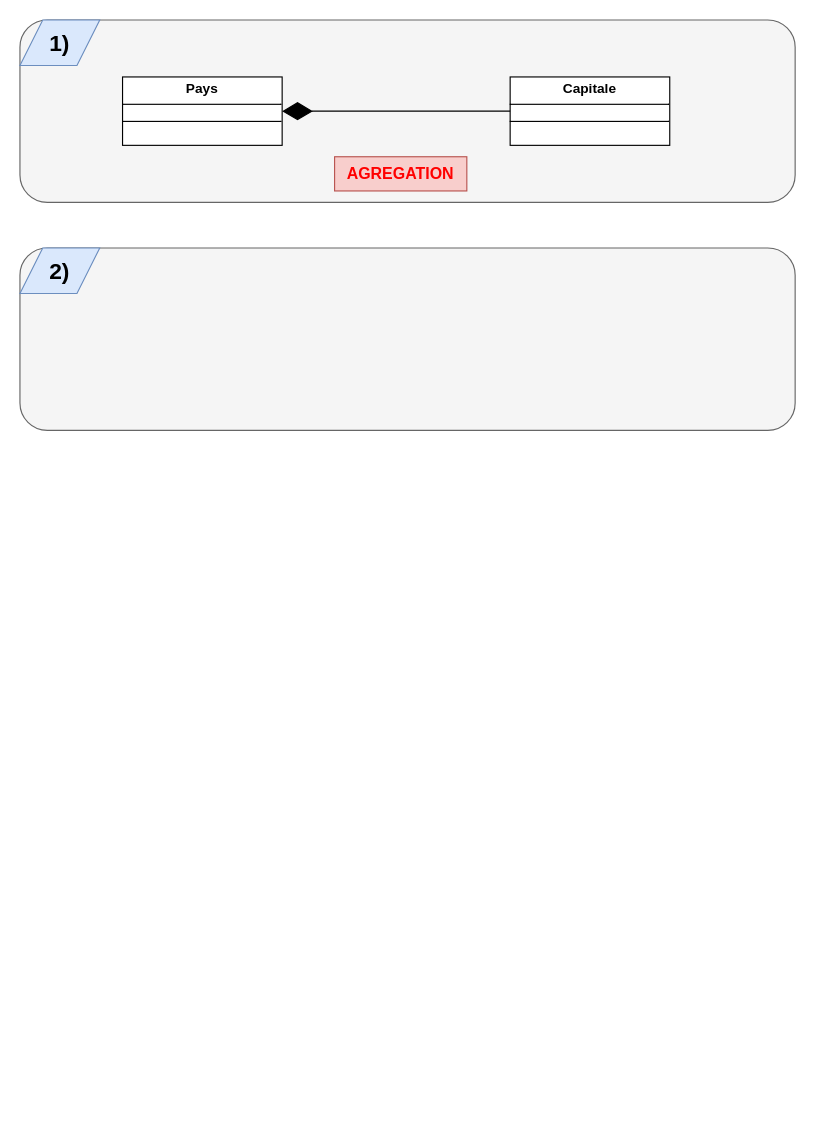
Before: TP2/TP_2_UML_Exercice_3.drawio in Mzk-Ali/EXO_M2I_UML, a draw.io diagram. Source tidied: cells renumbered, new cells numbered last; positions are measured from the earlier drawing's top-left corner, leaving out a move shared by most shapes. Both pictures are drawn from the tidied source at 114%, with x=0, y=0 at pixel (19, 19).
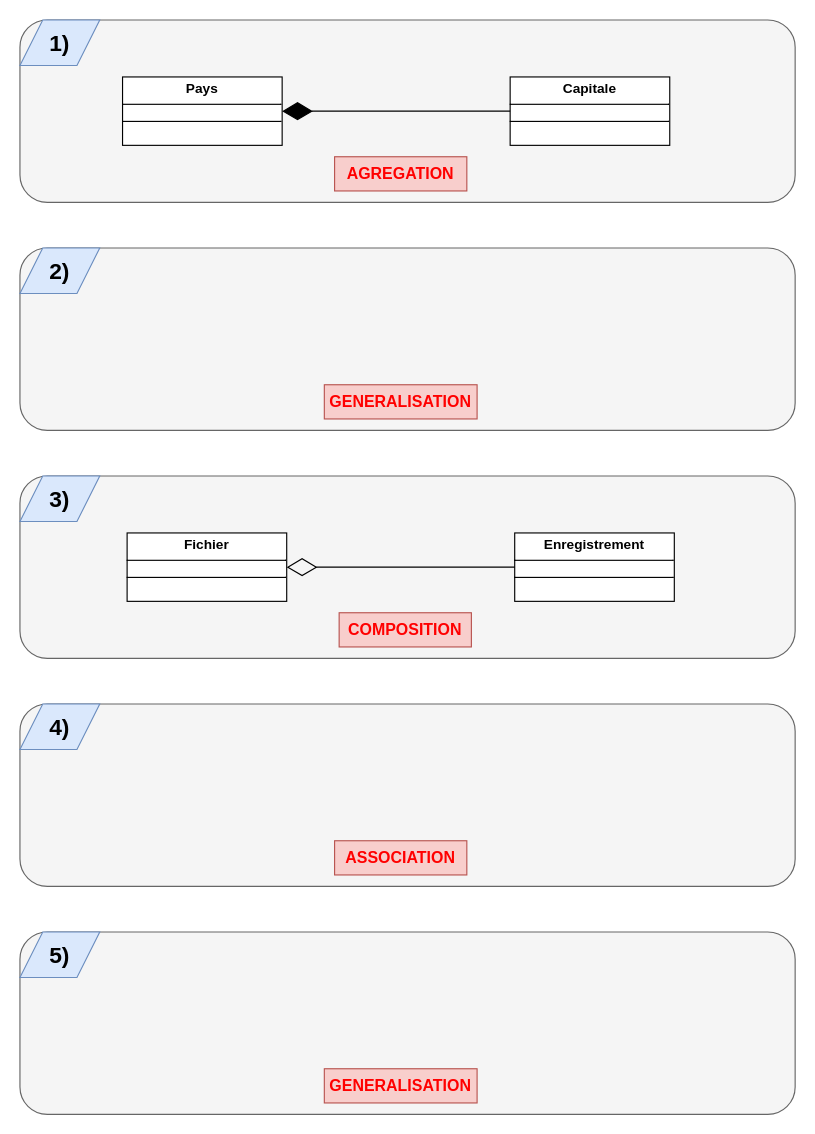
The same diagram, later.

Commit message (it also covers changes not shown here):
Mettre à jour TP_2_UML_Exercice_3.drawio

The edit, as a diff of the source:
```diff
@@
+    <mxCell id="10" style="rounded=1;whiteSpace=wrap;html=1;fillColor=#f5f5f5;fontColor=#333333;strokeColor=#666666;" parent="1" vertex="1">
+      <mxGeometry y="400" width="680" height="160" as="geometry" />
+    </mxCell>
@@
+    <mxCell id="11" value="&lt;p style=&quot;margin:0px;margin-top:4px;text-align:center;&quot;&gt;&lt;b&gt;Fichier&lt;/b&gt;&lt;/p&gt;&lt;hr size=&quot;1&quot; style=&quot;border-style:solid;&quot;&gt;&lt;div style=&quot;height:2px;&quot;&gt;&lt;/div&gt;&lt;hr size=&quot;1&quot; style=&quot;border-style:solid;&quot;&gt;&lt;div style=&quot;height:2px;&quot;&gt;&lt;/div&gt;" style="verticalAlign=top;align=left;overflow=fill;html=1;whiteSpace=wrap;" parent="1" vertex="1">
+      <mxGeometry x="94" y="450" width="140" height="60" as="geometry" />
+    </mxCell>
+    <mxCell id="12" value="&lt;p style=&quot;margin:0px;margin-top:4px;text-align:center;&quot;&gt;&lt;b&gt;Enregistrement&lt;/b&gt;&lt;/p&gt;&lt;hr size=&quot;1&quot; style=&quot;border-style:solid;&quot;&gt;&lt;div style=&quot;height:2px;&quot;&gt;&lt;/div&gt;&lt;hr size=&quot;1&quot; style=&quot;border-style:solid;&quot;&gt;&lt;div style=&quot;height:2px;&quot;&gt;&lt;/div&gt;" style="verticalAlign=top;align=left;overflow=fill;html=1;whiteSpace=wrap;" parent="1" vertex="1">
+      <mxGeometry x="434" y="450" width="140" height="60" as="geometry" />
+    </mxCell>
+    <mxCell id="13" style="endArrow=diamondThin;endFill=0;endSize=24;html=1;rounded=0;entryX=1;entryY=0.5;entryDx=0;entryDy=0;exitX=0;exitY=0.5;exitDx=0;exitDy=0;" parent="1" edge="1" source="12" target="11">
+      <mxGeometry relative="1" as="geometry" />
+    </mxCell>
+    <mxCell id="14" value="&lt;b&gt;&lt;font style=&quot;color: light-dark(rgb(255, 0, 0), rgb(237, 237, 237)); font-size: 14px;&quot;&gt;COMPOSITION&lt;/font&gt;&lt;/b&gt;" style="text;html=1;align=center;verticalAlign=middle;whiteSpace=wrap;rounded=0;fillColor=#f8cecc;strokeColor=#b85450;" parent="1" vertex="1">
+      <mxGeometry x="280" y="520" width="116" height="30" as="geometry" />
+    </mxCell>
+    <mxCell id="15" value="&lt;b&gt;&lt;font style=&quot;font-size: 20px;&quot;&gt;3)&lt;/font&gt;&lt;/b&gt;" style="shape=parallelogram;perimeter=parallelogramPerimeter;whiteSpace=wrap;html=1;fixedSize=1;fillColor=#dae8fc;strokeColor=#6c8ebf;" parent="1" vertex="1">
+      <mxGeometry y="400" width="70" height="40" as="geometry" />
+    </mxCell>
+    <mxCell id="16" style="rounded=1;whiteSpace=wrap;html=1;fillColor=#f5f5f5;fontColor=#333333;strokeColor=#666666;" parent="1" vertex="1">
+      <mxGeometry y="600" width="680" height="160" as="geometry" />
+    </mxCell>
+    <mxCell id="17" value="&lt;b&gt;&lt;font style=&quot;font-size: 20px;&quot;&gt;4)&lt;/font&gt;&lt;/b&gt;" style="shape=parallelogram;perimeter=parallelogramPerimeter;whiteSpace=wrap;html=1;fixedSize=1;fillColor=#dae8fc;strokeColor=#6c8ebf;" parent="1" vertex="1">
+      <mxGeometry y="600" width="70" height="40" as="geometry" />
+    </mxCell>
+    <mxCell id="18" value="&lt;b&gt;&lt;font style=&quot;color: light-dark(rgb(255, 0, 0), rgb(237, 237, 237)); font-size: 14px;&quot;&gt;ASSOCIATION&lt;/font&gt;&lt;/b&gt;" style="text;html=1;align=center;verticalAlign=middle;whiteSpace=wrap;rounded=0;fillColor=#f8cecc;strokeColor=#b85450;" parent="1" vertex="1">
+      <mxGeometry x="276" y="720" width="116" height="30" as="geometry" />
+    </mxCell>
+    <mxCell id="19" style="rounded=1;whiteSpace=wrap;html=1;fillColor=#f5f5f5;fontColor=#333333;strokeColor=#666666;" parent="1" vertex="1">
+      <mxGeometry y="800" width="680" height="160" as="geometry" />
+    </mxCell>
+    <mxCell id="20" value="&lt;b&gt;&lt;font style=&quot;font-size: 20px;&quot;&gt;5)&lt;/font&gt;&lt;/b&gt;" style="shape=parallelogram;perimeter=parallelogramPerimeter;whiteSpace=wrap;html=1;fixedSize=1;fillColor=#dae8fc;strokeColor=#6c8ebf;" parent="1" vertex="1">
+      <mxGeometry y="800" width="70" height="40" as="geometry" />
+    </mxCell>
+    <mxCell id="21" value="&lt;b&gt;&lt;font style=&quot;color: light-dark(rgb(255, 0, 0), rgb(237, 237, 237)); font-size: 14px;&quot;&gt;GENERALISATION&lt;/font&gt;&lt;/b&gt;" style="text;html=1;align=center;verticalAlign=middle;whiteSpace=wrap;rounded=0;fillColor=#f8cecc;strokeColor=#b85450;" parent="1" vertex="1">
+      <mxGeometry x="267" y="920" width="134" height="30" as="geometry" />
+    </mxCell>
+    <mxCell id="22" value="&lt;b&gt;&lt;font style=&quot;color: light-dark(rgb(255, 0, 0), rgb(237, 237, 237)); font-size: 14px;&quot;&gt;GENERALISATION&lt;/font&gt;&lt;/b&gt;" style="text;html=1;align=center;verticalAlign=middle;whiteSpace=wrap;rounded=0;fillColor=#f8cecc;strokeColor=#b85450;" parent="1" vertex="1">
+      <mxGeometry x="267" y="320" width="134" height="30" as="geometry" />
+    </mxCell>
```
